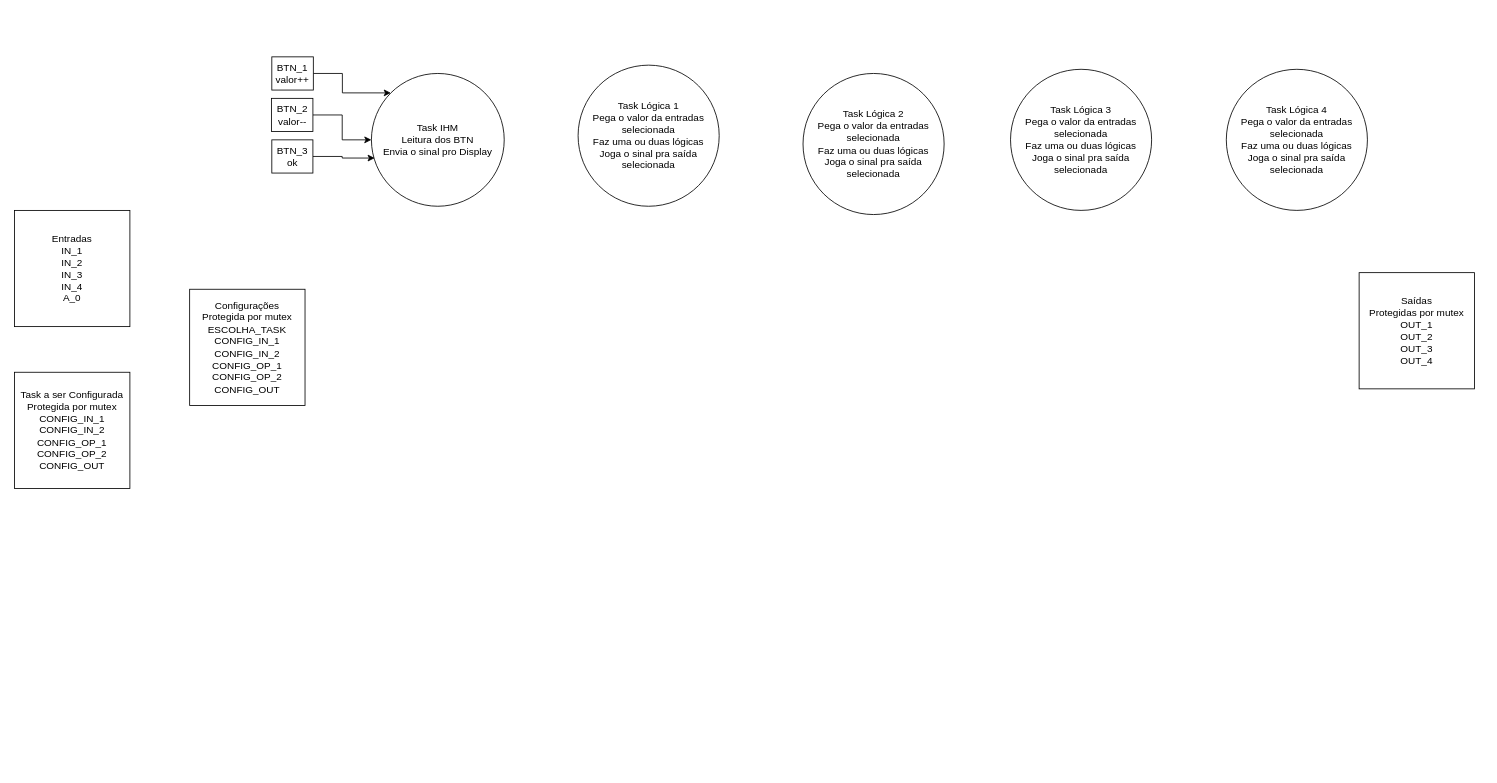
Earlier version of the draw.io diagram 20230605_ESP32_TrabFinal/Diagrama sem nome.drawio (klauck-daniel/interfaceamentoDrivesUNISINOS). Source tidied: cells renumbered, new cells numbered last; positions are measured from the earlier drawing's top-left corner, leaving out a move shared by most shapes. Both pictures are drawn from the tidied source at 83%, with x=0, y=0 at pixel (14, 56).
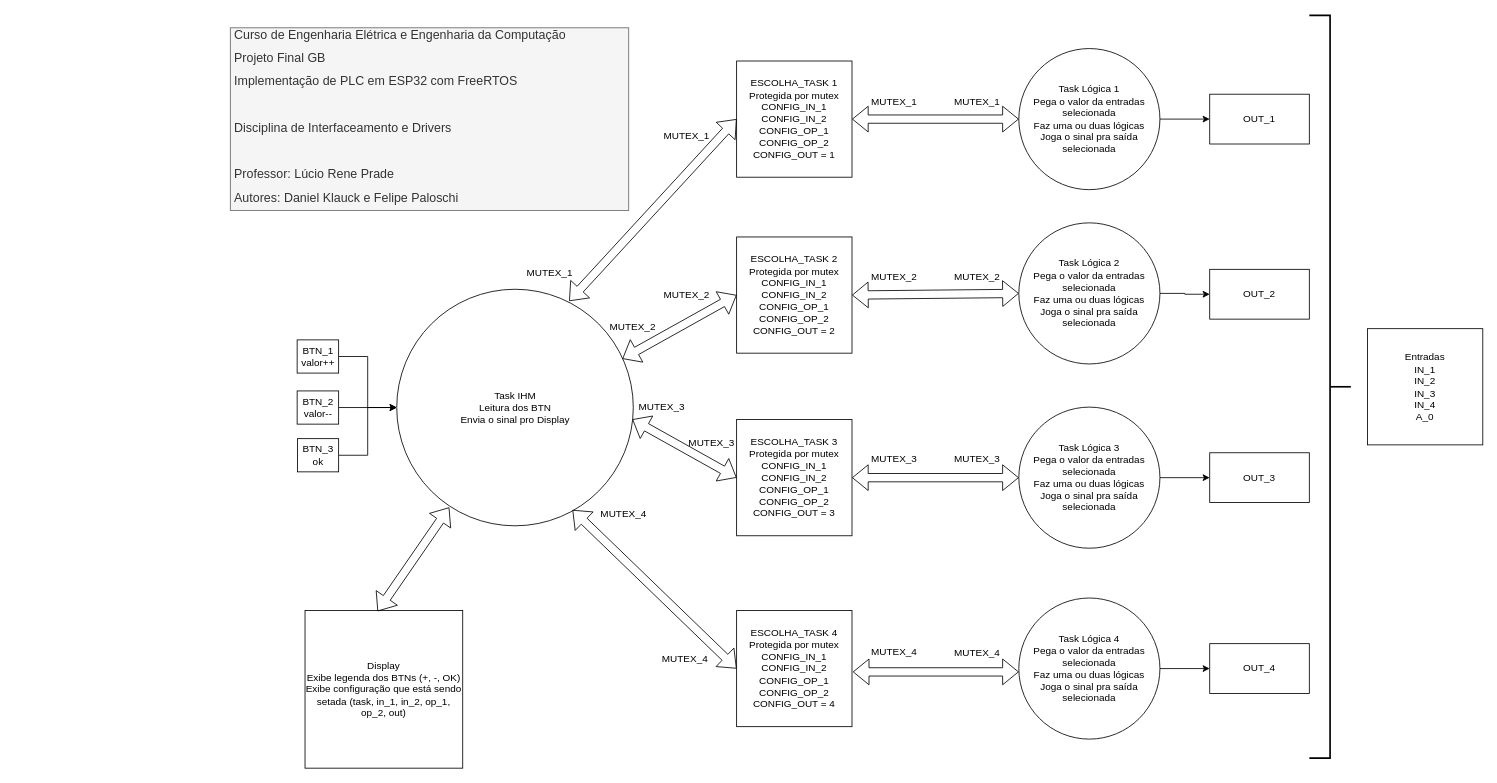
Above is the later version.

Diff of the diagram source:
```diff
@@
-    <mxCell id="2" value="Saídas&lt;br&gt;Protegidas por mutex&lt;br&gt;OUT_1&lt;br&gt;OUT_2&lt;br&gt;OUT_3&lt;br style=&quot;border-color: var(--border-color);&quot;&gt;OUT_4" style="rounded=0;whiteSpace=wrap;html=1;" parent="1" vertex="1">
-      <mxGeometry x="1620" y="260" width="139" height="140" as="geometry" />
-    </mxCell>
+    <mxCell id="17" value="&lt;h1 style=&quot;font-size: 15px;&quot;&gt;&lt;span style=&quot;font-weight: normal;&quot;&gt;&lt;font style=&quot;font-size: 15px;&quot;&gt;Curso de Engenharia Elétrica e Engenharia da Computação&lt;/font&gt;&lt;/span&gt;&lt;/h1&gt;&lt;h1 style=&quot;font-size: 15px;&quot;&gt;&lt;span style=&quot;font-weight: normal;&quot;&gt;&lt;font style=&quot;font-size: 15px;&quot;&gt;Projeto Final GB&lt;/font&gt;&lt;/span&gt;&lt;/h1&gt;&lt;h1 style=&quot;font-size: 15px;&quot;&gt;&lt;span style=&quot;font-weight: normal;&quot;&gt;&lt;font style=&quot;font-size: 15px;&quot;&gt;Implementação de PLC em ESP32 com FreeRTOS&amp;nbsp;&lt;/font&gt;&lt;/span&gt;&lt;/h1&gt;&lt;h1 style=&quot;font-size: 15px;&quot;&gt;&lt;span style=&quot;font-weight: normal;&quot;&gt;&lt;font style=&quot;font-size: 15px;&quot;&gt;&amp;nbsp; &amp;nbsp; &amp;nbsp;&amp;nbsp;&lt;/font&gt;&lt;/span&gt;&lt;/h1&gt;&lt;h1 style=&quot;font-size: 15px;&quot;&gt;&lt;span style=&quot;font-weight: normal;&quot;&gt;&lt;font style=&quot;font-size: 15px;&quot;&gt;Disciplina de Interfaceamento e Drivers&lt;/font&gt;&lt;/span&gt;&lt;/h1&gt;&lt;h1 style=&quot;font-size: 15px;&quot;&gt;&lt;span style=&quot;font-weight: normal;&quot;&gt;&lt;font style=&quot;font-size: 15px;&quot;&gt;&amp;nbsp; &amp;nbsp;&lt;/font&gt;&lt;/span&gt;&lt;/h1&gt;&lt;h1 style=&quot;font-size: 15px;&quot;&gt;&lt;span style=&quot;font-weight: normal;&quot;&gt;&lt;font style=&quot;font-size: 15px;&quot;&gt;Professor: Lúcio Rene Prade&lt;/font&gt;&lt;/span&gt;&lt;/h1&gt;&lt;h1 style=&quot;font-size: 15px;&quot;&gt;&lt;span style=&quot;font-weight: normal;&quot;&gt;&lt;font style=&quot;font-size: 15px;&quot;&gt;Autores: Daniel Klauck e Felipe Paloschi&lt;/font&gt;&lt;/span&gt;&lt;/h1&gt;" style="text;html=1;strokeColor=#666666;fillColor=#f5f5f5;spacing=5;spacingTop=-20;whiteSpace=wrap;overflow=hidden;rounded=0;fontColor=#333333;" parent="1" vertex="1">
+      <mxGeometry x="260" y="-35" width="480" height="220" as="geometry" />
+    </mxCell>
     <mxCell id="3" value="Task IHM&lt;br&gt;Leitura dos BTN&lt;br&gt;Envia o sinal pro Display" style="ellipse;whiteSpace=wrap;html=1;" parent="1" vertex="1">
-      <mxGeometry x="430" y="20" width="160" height="160" as="geometry" />
+      <mxGeometry x="460.5" y="280" width="285" height="285" as="geometry" />
     </mxCell>
+    <mxCell id="18" style="edgeStyle=orthogonalEdgeStyle;rounded=0;jettySize=auto;html=1;exitX=1;exitY=0.5;exitDx=0;exitDy=0;entryX=0;entryY=0.5;entryDx=0;entryDy=0;" parent="1" edge="1" source="4" target="52">
+      <mxGeometry relative="1" as="geometry" />
+    </mxCell>
     <mxCell id="4" value="Task Lógica 1&lt;br&gt;Pega o valor da entradas selecionada&lt;br&gt;Faz uma ou duas lógicas&lt;br&gt;Joga o sinal pra saída selecionada" style="ellipse;whiteSpace=wrap;html=1;" parent="1" vertex="1">
-      <mxGeometry x="679" y="10" width="170" height="170" as="geometry" />
+      <mxGeometry x="1210" y="-10" width="170" height="170" as="geometry" />
     </mxCell>
+    <mxCell id="19" style="edgeStyle=orthogonalEdgeStyle;rounded=0;jettySize=auto;html=1;entryX=0;entryY=0.5;entryDx=0;entryDy=0;" parent="1" edge="1" source="5" target="53">
+      <mxGeometry relative="1" as="geometry" />
+    </mxCell>
     <mxCell id="5" value="Task Lógica 2&lt;br&gt;Pega o valor da entradas selecionada&lt;br&gt;Faz uma ou duas lógicas&lt;br&gt;Joga o sinal pra saída selecionada" style="ellipse;whiteSpace=wrap;html=1;" parent="1" vertex="1">
-      <mxGeometry x="950" y="20" width="170" height="170" as="geometry" />
+      <mxGeometry x="1210" y="200" width="170" height="170" as="geometry" />
     </mxCell>
+    <mxCell id="20" style="edgeStyle=orthogonalEdgeStyle;rounded=0;jettySize=auto;html=1;exitX=1;exitY=0.5;exitDx=0;exitDy=0;entryX=0;entryY=0.5;entryDx=0;entryDy=0;" parent="1" edge="1" source="6" target="54">
+      <mxGeometry relative="1" as="geometry" />
+    </mxCell>
     <mxCell id="6" value="Task Lógica 3&lt;br&gt;Pega o valor da entradas selecionada&lt;br&gt;Faz uma ou duas lógicas&lt;br&gt;Joga o sinal pra saída selecionada" style="ellipse;whiteSpace=wrap;html=1;" parent="1" vertex="1">
-      <mxGeometry x="1200" y="15" width="170" height="170" as="geometry" />
+      <mxGeometry x="1210" y="422" width="170" height="170" as="geometry" />
     </mxCell>
+    <mxCell id="21" style="edgeStyle=orthogonalEdgeStyle;rounded=0;jettySize=auto;html=1;entryX=0;entryY=0.5;entryDx=0;entryDy=0;" parent="1" edge="1" source="7" target="55">
+      <mxGeometry relative="1" as="geometry" />
+    </mxCell>
     <mxCell id="7" value="Task Lógica 4&lt;br&gt;Pega o valor da entradas selecionada&lt;br&gt;Faz uma ou duas lógicas&lt;br&gt;Joga o sinal pra saída selecionada" style="ellipse;whiteSpace=wrap;html=1;" parent="1" vertex="1">
-      <mxGeometry x="1460" y="15" width="170" height="170" as="geometry" />
+      <mxGeometry x="1210" y="652" width="170" height="170" as="geometry" />
     </mxCell>
     <mxCell id="8" value="Entradas&lt;br&gt;IN_1&lt;br&gt;IN_2&lt;br&gt;IN_3&lt;br&gt;IN_4&lt;br&gt;A_0" style="rounded=0;whiteSpace=wrap;html=1;" parent="1" vertex="1">
-      <mxGeometry y="185" width="139" height="140" as="geometry" />
+      <mxGeometry x="1630" y="327.5" width="139" height="140" as="geometry" />
     </mxCell>
-    <mxCell id="9" value="Configurações&lt;br&gt;Protegida por mutex&lt;br&gt;ESCOLHA_TASK&lt;br&gt;CONFIG_IN_1&lt;br&gt;CONFIG_IN_2&lt;br&gt;CONFIG_OP_1&lt;br&gt;CONFIG_OP_2&lt;br&gt;CONFIG_OUT" style="rounded=0;whiteSpace=wrap;html=1;" parent="1" vertex="1">
-      <mxGeometry x="211" y="280" width="139" height="140" as="geometry" />
+    <mxCell id="9" value="ESCOLHA_TASK&amp;nbsp;1&lt;br&gt;Protegida por mutex&lt;br&gt;CONFIG_IN_1&lt;br&gt;CONFIG_IN_2&lt;br&gt;CONFIG_OP_1&lt;br&gt;CONFIG_OP_2&lt;br&gt;CONFIG_OUT = 1" style="rounded=0;whiteSpace=wrap;html=1;" parent="1" vertex="1">
+      <mxGeometry x="870" y="5" width="139" height="140" as="geometry" />
     </mxCell>
-    <mxCell id="10" value="Task a ser Configurada&lt;br&gt;Protegida por mutex&lt;br&gt;CONFIG_IN_1&lt;br&gt;CONFIG_IN_2&lt;br&gt;CONFIG_OP_1&lt;br&gt;CONFIG_OP_2&lt;br&gt;CONFIG_OUT" style="rounded=0;whiteSpace=wrap;html=1;" parent="1" vertex="1">
-      <mxGeometry y="380" width="139" height="140" as="geometry" />
-    </mxCell>
-    <mxCell id="11" style="edgeStyle=orthogonalEdgeStyle;rounded=0;jettySize=auto;html=1;entryX=0;entryY=0;entryDx=0;entryDy=0;" parent="1" edge="1" source="12" target="3">
+    <mxCell id="11" style="edgeStyle=orthogonalEdgeStyle;rounded=0;jettySize=auto;html=1;entryX=0;entryY=0.5;entryDx=0;entryDy=0;" parent="1" edge="1" source="12" target="3">
       <mxGeometry relative="1" as="geometry" />
     </mxCell>
     <mxCell id="12" value="BTN_1&lt;br&gt;valor++" style="rounded=0;whiteSpace=wrap;html=1;" parent="1" vertex="1">
-      <mxGeometry x="310" width="50" height="40" as="geometry" />
+      <mxGeometry x="340.5" y="341" width="50" height="40" as="geometry" />
     </mxCell>
@@
     <mxCell id="14" value="BTN_2&lt;br&gt;valor--" style="rounded=0;whiteSpace=wrap;html=1;" parent="1" vertex="1">
-      <mxGeometry x="309.5" y="50" width="50" height="40" as="geometry" />
+      <mxGeometry x="340.5" y="402.5" width="50" height="40" as="geometry" />
     </mxCell>
-    <mxCell id="15" style="edgeStyle=orthogonalEdgeStyle;rounded=0;jettySize=auto;html=1;entryX=0.025;entryY=0.637;entryDx=0;entryDy=0;entryPerimeter=0;" parent="1" edge="1" source="16" target="3">
+    <mxCell id="15" style="edgeStyle=orthogonalEdgeStyle;rounded=0;jettySize=auto;html=1;" parent="1" edge="1" source="16" target="3">
       <mxGeometry relative="1" as="geometry" />
     </mxCell>
     <mxCell id="16" value="BTN_3&lt;br&gt;ok" style="rounded=0;whiteSpace=wrap;html=1;" parent="1" vertex="1">
-      <mxGeometry x="310" y="100" width="49.5" height="40" as="geometry" />
+      <mxGeometry x="341" y="460" width="49.5" height="40" as="geometry" />
     </mxCell>
+    <mxCell id="22" value="ESCOLHA_TASK&amp;nbsp;2&lt;br&gt;Protegida por mutex&lt;br&gt;CONFIG_IN_1&lt;br&gt;CONFIG_IN_2&lt;br&gt;CONFIG_OP_1&lt;br&gt;CONFIG_OP_2&lt;br&gt;CONFIG_OUT = 2" style="rounded=0;whiteSpace=wrap;html=1;" parent="1" vertex="1">
+      <mxGeometry x="870" y="217" width="139" height="140" as="geometry" />
+    </mxCell>
+    <mxCell id="23" value="ESCOLHA_TASK&amp;nbsp;3&lt;br&gt;Protegida por mutex&lt;br&gt;CONFIG_IN_1&lt;br&gt;CONFIG_IN_2&lt;br&gt;CONFIG_OP_1&lt;br&gt;CONFIG_OP_2&lt;br&gt;CONFIG_OUT = 3" style="rounded=0;whiteSpace=wrap;html=1;" parent="1" vertex="1">
+      <mxGeometry x="870" y="437" width="139" height="140" as="geometry" />
+    </mxCell>
+    <mxCell id="24" value="ESCOLHA_TASK&amp;nbsp;4&lt;br&gt;Protegida por mutex&lt;br&gt;CONFIG_IN_1&lt;br&gt;CONFIG_IN_2&lt;br&gt;CONFIG_OP_1&lt;br&gt;CONFIG_OP_2&lt;br&gt;CONFIG_OUT = 4" style="rounded=0;whiteSpace=wrap;html=1;" parent="1" vertex="1">
+      <mxGeometry x="870" y="667" width="139" height="140" as="geometry" />
+    </mxCell>
+    <mxCell id="25" style="shape=flexArrow;endArrow=classic;startArrow=classic;html=1;rounded=0;entryX=0;entryY=0.5;entryDx=0;entryDy=0;exitX=0.729;exitY=0.05;exitDx=0;exitDy=0;exitPerimeter=0;" parent="1" edge="1" source="3" target="9">
+      <mxGeometry relative="1" as="geometry" />
+    </mxCell>
+    <mxCell id="26" style="shape=flexArrow;endArrow=classic;startArrow=classic;html=1;rounded=0;entryX=0;entryY=0.5;entryDx=0;entryDy=0;exitX=0.954;exitY=0.294;exitDx=0;exitDy=0;exitPerimeter=0;" parent="1" edge="1" source="3" target="22">
+      <mxGeometry relative="1" as="geometry" />
+    </mxCell>
+    <mxCell id="27" style="shape=flexArrow;endArrow=classic;startArrow=classic;html=1;rounded=0;entryX=0;entryY=0.5;entryDx=0;entryDy=0;exitX=0.996;exitY=0.55;exitDx=0;exitDy=0;exitPerimeter=0;" parent="1" edge="1" source="3" target="23">
+      <mxGeometry relative="1" as="geometry" />
+    </mxCell>
+    <mxCell id="28" style="shape=flexArrow;endArrow=classic;startArrow=classic;html=1;rounded=0;exitX=0.743;exitY=0.933;exitDx=0;exitDy=0;exitPerimeter=0;entryX=0;entryY=0.5;entryDx=0;entryDy=0;" parent="1" edge="1" source="3" target="24">
+      <mxGeometry relative="1" as="geometry" />
+    </mxCell>
+    <mxCell id="29" value="MUTEX_1" style="text;html=1;strokeColor=none;fillColor=none;align=center;verticalAlign=middle;whiteSpace=wrap;rounded=0;" parent="1" vertex="1">
+      <mxGeometry x="615" y="245" width="60" height="30" as="geometry" />
+    </mxCell>
+    <mxCell id="30" value="MUTEX_1" style="text;html=1;strokeColor=none;fillColor=none;align=center;verticalAlign=middle;whiteSpace=wrap;rounded=0;" parent="1" vertex="1">
+      <mxGeometry x="780" y="80" width="60" height="30" as="geometry" />
+    </mxCell>
+    <mxCell id="31" value="MUTEX_2" style="text;html=1;strokeColor=none;fillColor=none;align=center;verticalAlign=middle;whiteSpace=wrap;rounded=0;" parent="1" vertex="1">
+      <mxGeometry x="715" y="311" width="60" height="30" as="geometry" />
+    </mxCell>
+    <mxCell id="32" value="MUTEX_2" style="text;html=1;strokeColor=none;fillColor=none;align=center;verticalAlign=middle;whiteSpace=wrap;rounded=0;" parent="1" vertex="1">
+      <mxGeometry x="780" y="272" width="60" height="30" as="geometry" />
+    </mxCell>
+    <mxCell id="33" value="MUTEX_3" style="text;html=1;strokeColor=none;fillColor=none;align=center;verticalAlign=middle;whiteSpace=wrap;rounded=0;" parent="1" vertex="1">
+      <mxGeometry x="750" y="407" width="60" height="30" as="geometry" />
+    </mxCell>
+    <mxCell id="34" value="MUTEX_3" style="text;html=1;strokeColor=none;fillColor=none;align=center;verticalAlign=middle;whiteSpace=wrap;rounded=0;" parent="1" vertex="1">
+      <mxGeometry x="810" y="450" width="60" height="30" as="geometry" />
+    </mxCell>
+    <mxCell id="35" value="MUTEX_4" style="text;html=1;strokeColor=none;fillColor=none;align=center;verticalAlign=middle;whiteSpace=wrap;rounded=0;" parent="1" vertex="1">
+      <mxGeometry x="704" y="536" width="60" height="30" as="geometry" />
+    </mxCell>
+    <mxCell id="36" value="MUTEX_4" style="text;html=1;strokeColor=none;fillColor=none;align=center;verticalAlign=middle;whiteSpace=wrap;rounded=0;" parent="1" vertex="1">
+      <mxGeometry x="778" y="711" width="60" height="30" as="geometry" />
+    </mxCell>
+    <mxCell id="37" style="shape=flexArrow;endArrow=classic;startArrow=classic;html=1;rounded=0;entryX=0;entryY=0.5;entryDx=0;entryDy=0;exitX=1;exitY=0.5;exitDx=0;exitDy=0;" parent="1" edge="1" source="9" target="4">
+      <mxGeometry relative="1" as="geometry" />
+    </mxCell>
+    <mxCell id="38" style="shape=flexArrow;endArrow=classic;startArrow=classic;html=1;rounded=0;exitX=1;exitY=0.5;exitDx=0;exitDy=0;entryX=0;entryY=0.5;entryDx=0;entryDy=0;" parent="1" edge="1" source="22" target="5">
+      <mxGeometry relative="1" as="geometry" />
+    </mxCell>
+    <mxCell id="39" style="shape=flexArrow;endArrow=classic;startArrow=classic;html=1;rounded=0;exitX=1;exitY=0.5;exitDx=0;exitDy=0;entryX=0;entryY=0.5;entryDx=0;entryDy=0;" parent="1" edge="1" source="23" target="6">
+      <mxGeometry relative="1" as="geometry" />
+    </mxCell>
+    <mxCell id="40" style="shape=flexArrow;endArrow=classic;startArrow=classic;html=1;rounded=0;" parent="1" edge="1">
+      <mxGeometry relative="1" as="geometry">
+        <mxPoint x="1010" y="741" as="sourcePoint" />
+        <mxPoint x="1210" y="741" as="targetPoint" />
+      </mxGeometry>
+    </mxCell>
+    <mxCell id="41" value="MUTEX_1" style="text;html=1;strokeColor=none;fillColor=none;align=center;verticalAlign=middle;whiteSpace=wrap;rounded=0;" parent="1" vertex="1">
+      <mxGeometry x="1030" y="40" width="60" height="30" as="geometry" />
+    </mxCell>
+    <mxCell id="42" value="MUTEX_1" style="text;html=1;strokeColor=none;fillColor=none;align=center;verticalAlign=middle;whiteSpace=wrap;rounded=0;" parent="1" vertex="1">
+      <mxGeometry x="1130" y="40" width="60" height="30" as="geometry" />
+    </mxCell>
+    <mxCell id="43" value="MUTEX_2" style="text;html=1;strokeColor=none;fillColor=none;align=center;verticalAlign=middle;whiteSpace=wrap;rounded=0;" parent="1" vertex="1">
+      <mxGeometry x="1030" y="250" width="60" height="30" as="geometry" />
+    </mxCell>
+    <mxCell id="44" value="MUTEX_2" style="text;html=1;strokeColor=none;fillColor=none;align=center;verticalAlign=middle;whiteSpace=wrap;rounded=0;" parent="1" vertex="1">
+      <mxGeometry x="1130" y="250" width="60" height="30" as="geometry" />
+    </mxCell>
+    <mxCell id="45" value="MUTEX_3" style="text;html=1;strokeColor=none;fillColor=none;align=center;verticalAlign=middle;whiteSpace=wrap;rounded=0;" parent="1" vertex="1">
+      <mxGeometry x="1030" y="470" width="60" height="30" as="geometry" />
+    </mxCell>
+    <mxCell id="46" value="MUTEX_3" style="text;html=1;strokeColor=none;fillColor=none;align=center;verticalAlign=middle;whiteSpace=wrap;rounded=0;" parent="1" vertex="1">
+      <mxGeometry x="1130" y="470" width="60" height="30" as="geometry" />
+    </mxCell>
+    <mxCell id="47" value="MUTEX_4" style="text;html=1;strokeColor=none;fillColor=none;align=center;verticalAlign=middle;whiteSpace=wrap;rounded=0;" parent="1" vertex="1">
+      <mxGeometry x="1030" y="702" width="60" height="30" as="geometry" />
+    </mxCell>
+    <mxCell id="48" value="MUTEX_4" style="text;html=1;strokeColor=none;fillColor=none;align=center;verticalAlign=middle;whiteSpace=wrap;rounded=0;" parent="1" vertex="1">
+      <mxGeometry x="1130" y="703" width="60" height="30" as="geometry" />
+    </mxCell>
+    <mxCell id="49" value="Display&lt;br&gt;Exibe legenda dos BTNs (+, -, OK)&lt;br&gt;Exibe configuração que está sendo setada (task, in_1, in_2, op_1, op_2, out)" style="whiteSpace=wrap;html=1;" parent="1" vertex="1">
+      <mxGeometry x="350" y="667" width="190" height="190" as="geometry" />
+    </mxCell>
+    <mxCell id="50" style="shape=flexArrow;endArrow=classic;startArrow=classic;html=1;rounded=0;entryX=0.222;entryY=0.922;entryDx=0;entryDy=0;exitX=0.46;exitY=0.005;exitDx=0;exitDy=0;exitPerimeter=0;entryPerimeter=0;" parent="1" edge="1" source="49" target="3">
+      <mxGeometry relative="1" as="geometry" />
+    </mxCell>
+    <mxCell id="51" style="strokeWidth=2;html=1;shape=mxgraph.flowchart.annotation_2;align=left;labelPosition=right;rotation=-180;" parent="1" vertex="1">
+      <mxGeometry x="1560" y="-50" width="50" height="895" as="geometry" />
+    </mxCell>
+    <mxCell id="52" value="OUT_1" style="rounded=0;whiteSpace=wrap;html=1;" parent="1" vertex="1">
+      <mxGeometry x="1440" y="45" width="120" height="60" as="geometry" />
+    </mxCell>
+    <mxCell id="53" value="OUT_2" style="rounded=0;whiteSpace=wrap;html=1;" parent="1" vertex="1">
+      <mxGeometry x="1440" y="256" width="120" height="60" as="geometry" />
+    </mxCell>
+    <mxCell id="54" value="OUT_3" style="rounded=0;whiteSpace=wrap;html=1;" parent="1" vertex="1">
+      <mxGeometry x="1440" y="477" width="120" height="60" as="geometry" />
+    </mxCell>
+    <mxCell id="55" value="OUT_4" style="rounded=0;whiteSpace=wrap;html=1;" parent="1" vertex="1">
+      <mxGeometry x="1440" y="707" width="120" height="60" as="geometry" />
+    </mxCell>
```
